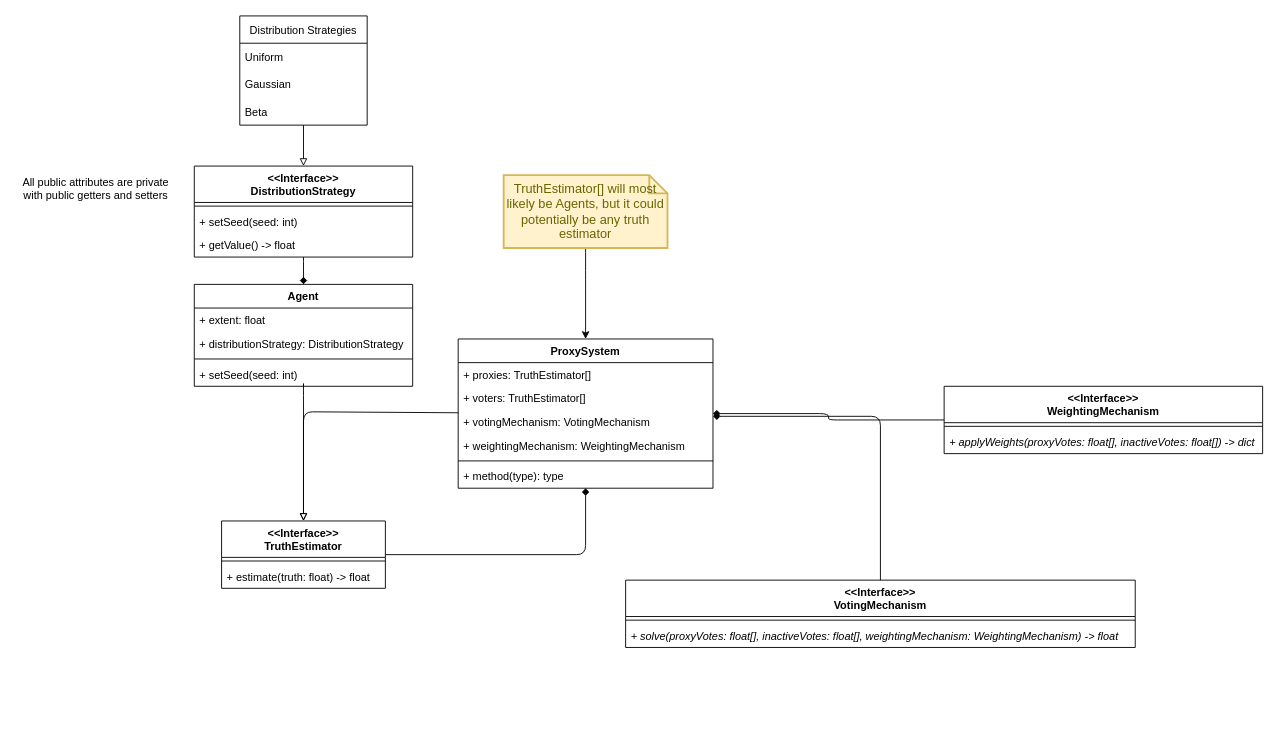
TheMikeste1/Proxy-Voting-Coordination-Mechanisms keeps this draw.io diagram as content/figures/ProxyVotingSystem.drawio. Above is the earlier version. Source tidied: cells renumbered, new cells numbered last; positions are measured from the earlier drawing's top-left corner, leaving out a move shared by most shapes. Both pictures are drawn from the tidied source at 91%, with x=0, y=0 at pixel (15, 15).
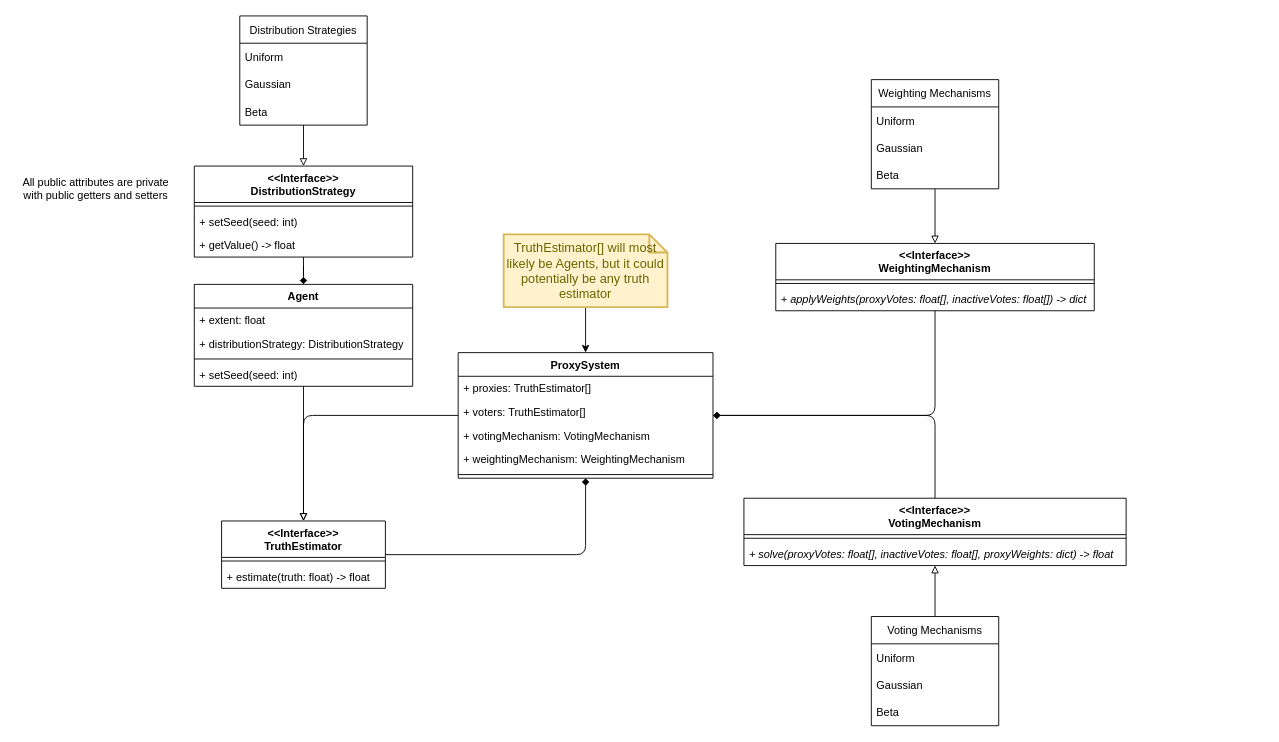
The same page after the edit.

Commit message:
Reworked Mechanisms in UML

Unchanged cells that the change refers to:
```xml
<mxCell id="4" value="Agent" style="swimlane;fontStyle=1;align=center;verticalAlign=top;horizontal=1;startSize=26;rounded=0;" parent="1" vertex="1">
  <mxGeometry x="196" y="295" width="240" height="112" as="geometry" />
</mxCell>
<mxCell id="11" value="&lt;&lt;Interface&gt;&gt;&#10;DistributionStrategy" style="swimlane;fontStyle=1;align=center;verticalAlign=top;horizontal=1;startSize=40;rounded=0;" parent="1" vertex="1">
  <mxGeometry x="196" y="165" width="240" height="100" as="geometry" />
</mxCell>
<mxCell id="15" value="&lt;&lt;Interface&gt;&gt;&#10;TruthEstimator" style="swimlane;fontStyle=1;align=center;verticalAlign=top;horizontal=1;startSize=40;rounded=0;" parent="1" vertex="1">
  <mxGeometry x="226" y="555" width="180" height="74" as="geometry" />
</mxCell>
```

What changed in the source:
```diff
@@
-    <mxCell id="2" style="edgeStyle=orthogonalEdgeStyle;rounded=0;jettySize=auto;html=1;endArrow=diamond;endFill=1;noEdgeStyle=1;" parent="1" edge="1" source="11" target="4">
-      <mxGeometry relative="1" as="geometry">
-        <Array as="points">
-          <mxPoint x="316" y="270" />
-          <mxPoint x="316" y="290" />
-        </Array>
-      </mxGeometry>
+    <mxCell id="2" style="edgeStyle=orthogonalEdgeStyle;rounded=0;jettySize=auto;html=1;endArrow=diamond;endFill=1;" parent="1" edge="1" source="11" target="4">
+      <mxGeometry relative="1" as="geometry" />
     </mxCell>
-    <mxCell id="3" style="edgeStyle=orthogonalEdgeStyle;jettySize=auto;html=1;entryDx=0;entryDy=0;endArrow=block;endFill=0;noEdgeStyle=1;" parent="1" edge="1" source="4" target="15">
-      <mxGeometry relative="1" as="geometry">
-        <Array as="points">
-          <mxPoint x="316" y="402" />
-          <mxPoint x="316" y="422" />
-        </Array>
-      </mxGeometry>
+    <mxCell id="3" style="edgeStyle=orthogonalEdgeStyle;jettySize=auto;html=1;entryDx=0;entryDy=0;endArrow=block;endFill=0;" parent="1" edge="1" source="4" target="15">
+      <mxGeometry relative="1" as="geometry" />
     </mxCell>
@@
-    <mxCell id="18" style="edgeStyle=orthogonalEdgeStyle;jettySize=auto;html=1;endArrow=block;endFill=0;noEdgeStyle=1;entryX=0.5;entryY=0;entryDx=0;entryDy=0;" parent="1" edge="1" source="20" target="15">
-      <mxGeometry relative="1" as="geometry">
-        <Array as="points">
-          <mxPoint x="316" y="435" />
-        </Array>
-      </mxGeometry>
+    <mxCell id="18" style="edgeStyle=orthogonalEdgeStyle;jettySize=auto;html=1;endArrow=block;endFill=0;entryX=0.5;entryY=0;entryDx=0;entryDy=0;" parent="1" edge="1" source="20" target="15">
+      <mxGeometry relative="1" as="geometry" />
     </mxCell>
@@
     <mxCell id="20" value="ProxySystem" style="swimlane;fontStyle=1;align=center;verticalAlign=top;horizontal=1;startSize=26;" parent="1" vertex="1">
-      <mxGeometry x="486" y="355" width="280" height="164" as="geometry" />
+      <mxGeometry x="486" y="370" width="280" height="138" as="geometry" />
     </mxCell>
@@
-    <mxCell id="26" value="+ method(type): type" style="text;strokeColor=none;fillColor=none;align=left;verticalAlign=top;spacingLeft=4;spacingRight=4;overflow=hidden;" parent="20" vertex="1">
-      <mxGeometry y="138" width="280" height="26" as="geometry" />
-    </mxCell>
-    <mxCell id="27" style="edgeStyle=orthogonalEdgeStyle;jettySize=auto;html=1;endArrow=classic;endFill=1;noEdgeStyle=1;" parent="1" edge="1" source="28" target="20">
-      <mxGeometry relative="1" as="geometry">
-        <Array as="points">
-          <mxPoint x="626" y="250" />
-          <mxPoint x="626" y="290" />
-        </Array>
-      </mxGeometry>
+    <mxCell id="27" style="edgeStyle=orthogonalEdgeStyle;jettySize=auto;html=1;endArrow=classic;endFill=1;" parent="1" edge="1" source="28" target="20">
+      <mxGeometry relative="1" as="geometry" />
     </mxCell>
     <mxCell id="28" value="TruthEstimator[] will most likely be Agents, but it could potentially be any truth estimator" style="shape=note;strokeWidth=2;fontSize=14;size=20;whiteSpace=wrap;html=1;fillColor=#fff2cc;strokeColor=#d6b656;fontColor=#666600;" parent="1" vertex="1">
-      <mxGeometry x="536" y="175" width="180" height="80" as="geometry" />
+      <mxGeometry x="536" y="240" width="180" height="80" as="geometry" />
     </mxCell>
@@
     <mxCell id="33" value="&lt;&lt;Interface&gt;&gt;&#10;VotingMechanism" style="swimlane;fontStyle=1;align=center;verticalAlign=top;horizontal=1;startSize=40;rounded=0;" parent="1" vertex="1">
-      <mxGeometry x="670" y="620" width="560" height="74" as="geometry" />
+      <mxGeometry x="800" y="530" width="420" height="74" as="geometry" />
     </mxCell>
     <mxCell id="34" style="line;strokeWidth=1;fillColor=none;align=left;verticalAlign=middle;spacingTop=-1;spacingLeft=3;spacingRight=3;labelPosition=right;rounded=0;" parent="33" vertex="1">
-      <mxGeometry y="40" width="560" height="8" as="geometry" />
+      <mxGeometry y="40" width="420" height="8" as="geometry" />
     </mxCell>
-    <mxCell id="35" value="+ solve(proxyVotes: float[], inactiveVotes: float[], weightingMechanism: WeightingMechanism) -&gt; float" style="text;strokeColor=none;fillColor=none;align=left;verticalAlign=top;spacingLeft=4;spacingRight=4;overflow=hidden;rounded=0;fontStyle=2;" parent="33" vertex="1">
-      <mxGeometry y="48" width="560" height="26" as="geometry" />
+    <mxCell id="35" value="+ solve(proxyVotes: float[], inactiveVotes: float[], proxyWeights: dict) -&gt; float" style="text;strokeColor=none;fillColor=none;align=left;verticalAlign=top;spacingLeft=4;spacingRight=4;overflow=hidden;rounded=0;fontStyle=2;" parent="33" vertex="1">
+      <mxGeometry y="48" width="420" height="26" as="geometry" />
     </mxCell>
     <mxCell id="36" value="&lt;&lt;Interface&gt;&gt;&#10;WeightingMechanism" style="swimlane;fontStyle=1;align=center;verticalAlign=top;horizontal=1;startSize=40;rounded=0;" parent="1" vertex="1">
-      <mxGeometry x="1020" y="407" width="350" height="74" as="geometry" />
+      <mxGeometry x="835" y="250" width="350" height="74" as="geometry" />
     </mxCell>
@@
     <mxCell id="39" style="edgeStyle=orthogonalEdgeStyle;rounded=1;jettySize=auto;html=1;endArrow=none;endFill=0;strokeColor=default;startArrow=diamond;startFill=1;" parent="1" edge="1" source="20" target="33">
-      <mxGeometry relative="1" as="geometry">
-        <Array as="points">
-          <mxPoint x="950" y="440" />
-        </Array>
-      </mxGeometry>
+      <mxGeometry relative="1" as="geometry" />
     </mxCell>
@@
+    <mxCell id="41" value="Weighting Mechanisms" style="swimlane;fontStyle=0;horizontal=1;startSize=30;labelBorderColor=none;" parent="1" vertex="1">
+      <mxGeometry x="940" y="70" width="140" height="120" as="geometry" />
+    </mxCell>
+    <mxCell id="42" value="Uniform" style="text;strokeColor=none;fillColor=none;align=left;verticalAlign=middle;spacingLeft=4;spacingRight=4;overflow=hidden;labelBorderColor=none;" parent="41" vertex="1">
+      <mxGeometry y="30" width="140" height="30" as="geometry" />
+    </mxCell>
+    <mxCell id="43" value="Gaussian" style="text;strokeColor=none;fillColor=none;align=left;verticalAlign=middle;spacingLeft=4;spacingRight=4;overflow=hidden;labelBorderColor=none;" parent="41" vertex="1">
+      <mxGeometry y="60" width="140" height="30" as="geometry" />
+    </mxCell>
+    <mxCell id="44" value="Beta" style="text;strokeColor=none;fillColor=none;align=left;verticalAlign=middle;spacingLeft=4;spacingRight=4;overflow=hidden;labelBorderColor=none;" parent="41" vertex="1">
+      <mxGeometry y="90" width="140" height="30" as="geometry" />
+    </mxCell>
+    <mxCell id="45" value="Voting Mechanisms" style="swimlane;fontStyle=0;horizontal=1;startSize=30;labelBorderColor=none;" parent="1" vertex="1">
+      <mxGeometry x="940" y="660" width="140" height="120" as="geometry" />
+    </mxCell>
+    <mxCell id="46" value="Uniform" style="text;strokeColor=none;fillColor=none;align=left;verticalAlign=middle;spacingLeft=4;spacingRight=4;overflow=hidden;labelBorderColor=none;" parent="45" vertex="1">
+      <mxGeometry y="30" width="140" height="30" as="geometry" />
+    </mxCell>
+    <mxCell id="47" value="Gaussian" style="text;strokeColor=none;fillColor=none;align=left;verticalAlign=middle;spacingLeft=4;spacingRight=4;overflow=hidden;labelBorderColor=none;" parent="45" vertex="1">
+      <mxGeometry y="60" width="140" height="30" as="geometry" />
+    </mxCell>
+    <mxCell id="48" value="Beta" style="text;strokeColor=none;fillColor=none;align=left;verticalAlign=middle;spacingLeft=4;spacingRight=4;overflow=hidden;labelBorderColor=none;" parent="45" vertex="1">
+      <mxGeometry y="90" width="140" height="30" as="geometry" />
+    </mxCell>
+    <mxCell id="49" style="edgeStyle=orthogonalEdgeStyle;rounded=0;jettySize=auto;html=1;endArrow=block;endFill=0;" parent="1" edge="1" source="45" target="33">
+      <mxGeometry relative="1" as="geometry" />
+    </mxCell>
+    <mxCell id="50" style="edgeStyle=orthogonalEdgeStyle;rounded=0;jettySize=auto;html=1;endArrow=block;endFill=0;" parent="1" edge="1" source="41" target="36">
+      <mxGeometry relative="1" as="geometry" />
+    </mxCell>
```
